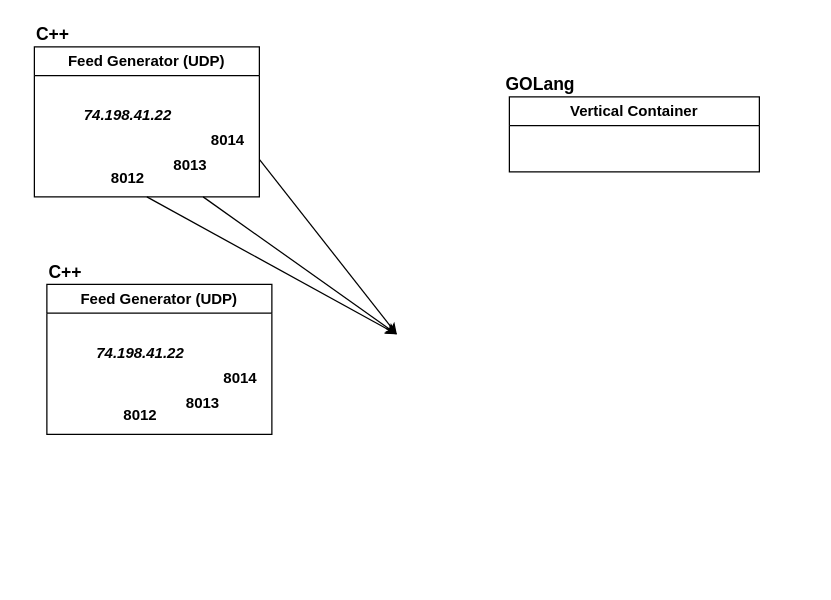
Above: Untitled Diagram.drawio in divesh4u/GoLab_v1 (draw.io), before the change. Source tidied: cells renumbered, new cells numbered last; positions are measured from the earlier drawing's top-left corner, leaving out a move shared by most shapes. Both pictures are drawn from the tidied source at 125%, with x=0, y=0 at pixel (21, 21).
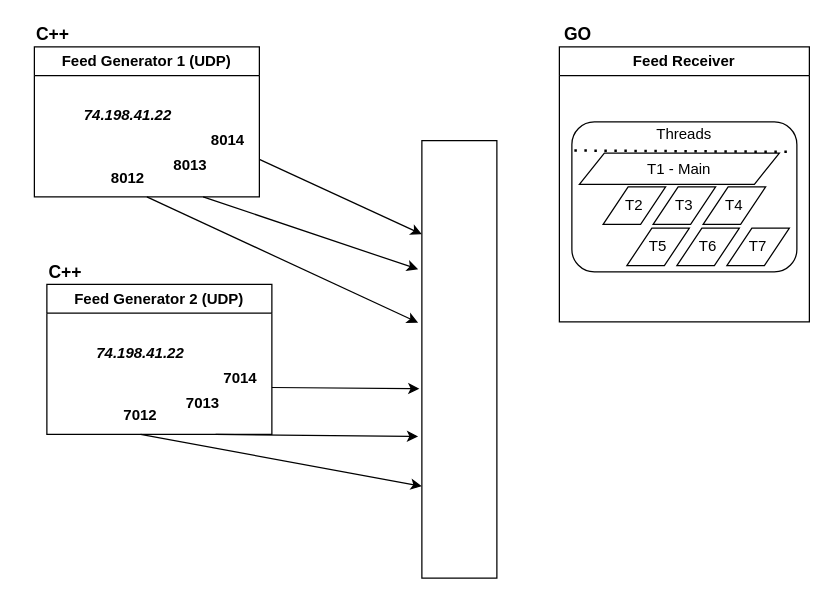
Above is the later version.

Diff of the diagram source:
```diff
@@
-    <mxCell id="2" value="Feed Generator (UDP)" style="swimlane;whiteSpace=wrap;html=1;" parent="1" vertex="1">
+    <mxCell id="2" value="Feed Generator 1 (UDP)" style="swimlane;whiteSpace=wrap;html=1;" parent="1" vertex="1">
       <mxGeometry x="10" y="20" width="180" height="120" as="geometry" />
     </mxCell>
@@
-    <mxCell id="7" style="endArrow=classic;html=1;rounded=0;exitX=1;exitY=0.75;exitDx=0;exitDy=0;" parent="1" edge="1" source="2">
-      <mxGeometry relative="1" as="geometry">
-        <mxPoint x="300" y="250" as="targetPoint" />
-      </mxGeometry>
+    <mxCell id="7" style="endArrow=classic;html=1;rounded=0;exitX=1;exitY=0.75;exitDx=0;exitDy=0;entryX=0;entryY=0.214;entryDx=0;entryDy=0;entryPerimeter=0;" parent="1" edge="1" source="2" target="29">
+      <mxGeometry relative="1" as="geometry" />
     </mxCell>
-    <mxCell id="8" style="endArrow=classic;html=1;rounded=0;exitX=0.75;exitY=1;exitDx=0;exitDy=0;" parent="1" edge="1" source="2">
-      <mxGeometry relative="1" as="geometry">
-        <mxPoint x="300" y="250" as="targetPoint" />
-      </mxGeometry>
+    <mxCell id="8" style="endArrow=classic;html=1;rounded=0;exitX=0.75;exitY=1;exitDx=0;exitDy=0;entryX=-0.05;entryY=0.294;entryDx=0;entryDy=0;entryPerimeter=0;" parent="1" edge="1" source="2" target="29">
+      <mxGeometry relative="1" as="geometry" />
     </mxCell>
-    <mxCell id="9" style="endArrow=classic;html=1;rounded=0;exitX=0.5;exitY=1;exitDx=0;exitDy=0;" parent="1" edge="1" source="2">
-      <mxGeometry relative="1" as="geometry">
-        <mxPoint x="300" y="250" as="targetPoint" />
-      </mxGeometry>
+    <mxCell id="9" style="endArrow=classic;html=1;rounded=0;exitX=0.5;exitY=1;exitDx=0;exitDy=0;entryX=-0.05;entryY=0.416;entryDx=0;entryDy=0;entryPerimeter=0;" parent="1" edge="1" source="2" target="29">
+      <mxGeometry relative="1" as="geometry" />
     </mxCell>
@@
-    <mxCell id="11" value="Vertical Container" style="swimlane;whiteSpace=wrap;html=1;" parent="1" vertex="1">
-      <mxGeometry x="390" y="60" width="200" height="60" as="geometry" />
+    <mxCell id="11" value="Feed Receiver" style="swimlane;whiteSpace=wrap;html=1;" parent="1" vertex="1">
+      <mxGeometry x="430" y="20" width="200" height="220" as="geometry" />
     </mxCell>
+    <mxCell id="19" style="rounded=1;whiteSpace=wrap;html=1;shadow=0;" parent="11" vertex="1">
+      <mxGeometry x="10" y="60" width="180" height="120" as="geometry" />
+    </mxCell>
+    <mxCell id="20" value="T1 - Main" style="shape=parallelogram;perimeter=parallelogramPerimeter;whiteSpace=wrap;html=1;fixedSize=1;" parent="11" vertex="1">
+      <mxGeometry x="16" y="85" width="160" height="25" as="geometry" />
+    </mxCell>
+    <mxCell id="21" style="endArrow=none;dashed=1;html=1;dashPattern=1 3;strokeWidth=2;rounded=0;exitX=0.011;exitY=0.191;exitDx=0;exitDy=0;exitPerimeter=0;entryX=0.978;entryY=0.2;entryDx=0;entryDy=0;entryPerimeter=0;" parent="11" edge="1" source="19" target="19">
+      <mxGeometry relative="1" as="geometry" />
+    </mxCell>
+    <mxCell id="22" value="Threads" style="text;html=1;align=center;verticalAlign=middle;whiteSpace=wrap;rounded=0;" parent="11" vertex="1">
+      <mxGeometry x="70" y="55" width="60" height="30" as="geometry" />
+    </mxCell>
+    <mxCell id="23" value="T2" style="shape=parallelogram;perimeter=parallelogramPerimeter;whiteSpace=wrap;html=1;fixedSize=1;" parent="11" vertex="1">
+      <mxGeometry x="35" y="112" width="50" height="30" as="geometry" />
+    </mxCell>
+    <mxCell id="24" value="T3" style="shape=parallelogram;perimeter=parallelogramPerimeter;whiteSpace=wrap;html=1;fixedSize=1;" parent="11" vertex="1">
+      <mxGeometry x="75" y="112" width="50" height="30" as="geometry" />
+    </mxCell>
+    <mxCell id="25" value="T4" style="shape=parallelogram;perimeter=parallelogramPerimeter;whiteSpace=wrap;html=1;fixedSize=1;" parent="11" vertex="1">
+      <mxGeometry x="115" y="112" width="50" height="30" as="geometry" />
+    </mxCell>
-    <mxCell id="12" value="&lt;b&gt;&lt;font style=&quot;font-size: 14px;&quot;&gt;GOLang&lt;/font&gt;&lt;/b&gt;" style="text;html=1;align=center;verticalAlign=middle;whiteSpace=wrap;rounded=0;" parent="1" vertex="1">
-      <mxGeometry x="390" y="40" width="50" height="20" as="geometry" />
+    <mxCell id="12" value="&lt;b&gt;&lt;font style=&quot;font-size: 14px;&quot;&gt;GO&lt;/font&gt;&lt;/b&gt;" style="text;html=1;align=center;verticalAlign=middle;whiteSpace=wrap;rounded=0;" parent="1" vertex="1">
+      <mxGeometry x="420" width="50" height="20" as="geometry" />
     </mxCell>
-    <mxCell id="13" value="Feed Generator (UDP)" style="swimlane;whiteSpace=wrap;html=1;" parent="1" vertex="1">
+    <mxCell id="13" value="Feed Generator 2 (UDP)" style="swimlane;whiteSpace=wrap;html=1;" parent="1" vertex="1">
       <mxGeometry x="20" y="210" width="180" height="120" as="geometry" />
     </mxCell>
-    <mxCell id="14" value="&lt;b&gt;8012&lt;/b&gt;" style="text;html=1;align=center;verticalAlign=middle;whiteSpace=wrap;rounded=0;" parent="13" vertex="1">
+    <mxCell id="14" value="&lt;b&gt;7012&lt;/b&gt;" style="text;html=1;align=center;verticalAlign=middle;whiteSpace=wrap;rounded=0;" parent="13" vertex="1">
       <mxGeometry x="50" y="90" width="50" height="30" as="geometry" />
     </mxCell>
-    <mxCell id="15" value="&lt;b&gt;8014&lt;/b&gt;" style="text;html=1;align=center;verticalAlign=middle;whiteSpace=wrap;rounded=0;" parent="13" vertex="1">
+    <mxCell id="15" value="&lt;b&gt;7014&lt;/b&gt;" style="text;html=1;align=center;verticalAlign=middle;whiteSpace=wrap;rounded=0;" parent="13" vertex="1">
       <mxGeometry x="130" y="60" width="50" height="30" as="geometry" />
     </mxCell>
-    <mxCell id="16" value="&lt;b&gt;8013&lt;/b&gt;" style="text;html=1;align=center;verticalAlign=middle;whiteSpace=wrap;rounded=0;" parent="13" vertex="1">
+    <mxCell id="16" value="&lt;b&gt;7013&lt;/b&gt;" style="text;html=1;align=center;verticalAlign=middle;whiteSpace=wrap;rounded=0;" parent="13" vertex="1">
       <mxGeometry x="100" y="80" width="50" height="30" as="geometry" />
     </mxCell>
@@
+    <mxCell id="26" style="endArrow=classic;html=1;rounded=0;exitX=0.75;exitY=1;exitDx=0;exitDy=0;entryX=-0.05;entryY=0.676;entryDx=0;entryDy=0;entryPerimeter=0;" parent="1" edge="1" source="13" target="29">
+      <mxGeometry relative="1" as="geometry" />
+    </mxCell>
+    <mxCell id="27" style="endArrow=classic;html=1;rounded=0;exitX=0.5;exitY=1;exitDx=0;exitDy=0;entryX=0;entryY=0.79;entryDx=0;entryDy=0;entryPerimeter=0;" parent="1" edge="1" source="14" target="29">
+      <mxGeometry relative="1" as="geometry" />
+    </mxCell>
+    <mxCell id="28" style="endArrow=classic;html=1;rounded=0;exitX=1;exitY=0.75;exitDx=0;exitDy=0;entryX=-0.033;entryY=0.567;entryDx=0;entryDy=0;entryPerimeter=0;" parent="1" edge="1" source="15" target="29">
+      <mxGeometry relative="1" as="geometry" />
+    </mxCell>
+    <mxCell id="29" style="rounded=0;whiteSpace=wrap;html=1;" parent="1" vertex="1">
+      <mxGeometry x="320" y="95" width="60" height="350" as="geometry" />
+    </mxCell>
+    <mxCell id="30" value="T5" style="shape=parallelogram;perimeter=parallelogramPerimeter;whiteSpace=wrap;html=1;fixedSize=1;" parent="1" vertex="1">
+      <mxGeometry x="484" y="165" width="50" height="30" as="geometry" />
+    </mxCell>
+    <mxCell id="31" value="T6" style="shape=parallelogram;perimeter=parallelogramPerimeter;whiteSpace=wrap;html=1;fixedSize=1;" parent="1" vertex="1">
+      <mxGeometry x="524" y="165" width="50" height="30" as="geometry" />
+    </mxCell>
+    <mxCell id="32" value="T7" style="shape=parallelogram;perimeter=parallelogramPerimeter;whiteSpace=wrap;html=1;fixedSize=1;" parent="1" vertex="1">
+      <mxGeometry x="564" y="165" width="50" height="30" as="geometry" />
+    </mxCell>
```
